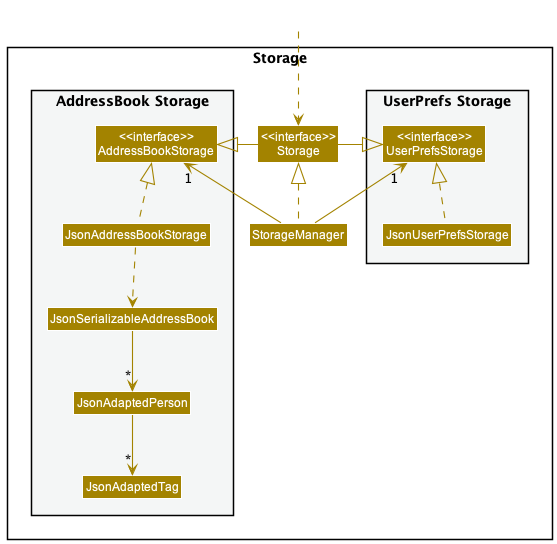
Above: docs/images/StorageClassDiagram.png in nus-cs2103-AY2223S2/tp (PlantUML), before the change.
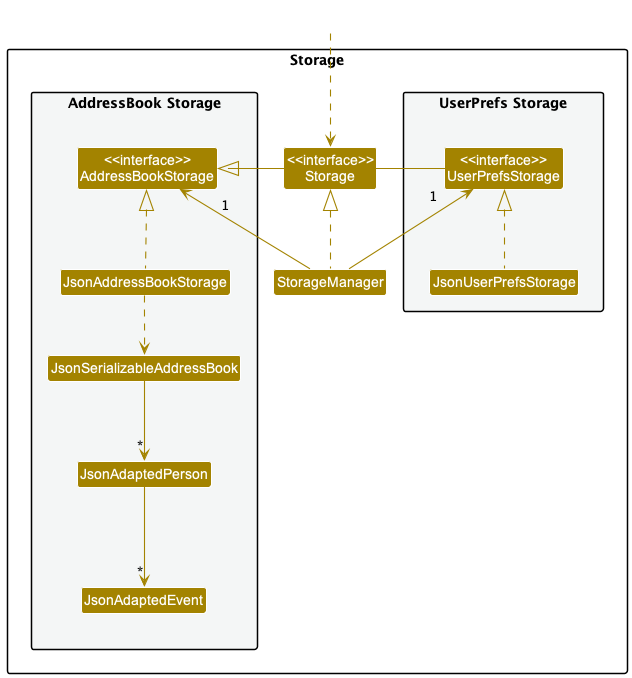
The same file after the commit.

Diff of the diagram source:
```diff
@@ -19,7 +19,7 @@
 Class JsonAddressBookStorage
 Class JsonSerializableAddressBook
 Class JsonAdaptedPerson
-Class JsonAdaptedTag
+Class JsonAdaptedEvent
 }
 
 }
@@ -38,6 +38,6 @@
 JsonAddressBookStorage .up.|> AddressBookStorage
 JsonAddressBookStorage ..> JsonSerializableAddressBook
 JsonSerializableAddressBook --> "*" JsonAdaptedPerson
-JsonAdaptedPerson --> "*" JsonAdaptedTag
+JsonAdaptedPerson --> "*" JsonAdaptedEvent
 
 @enduml
```
